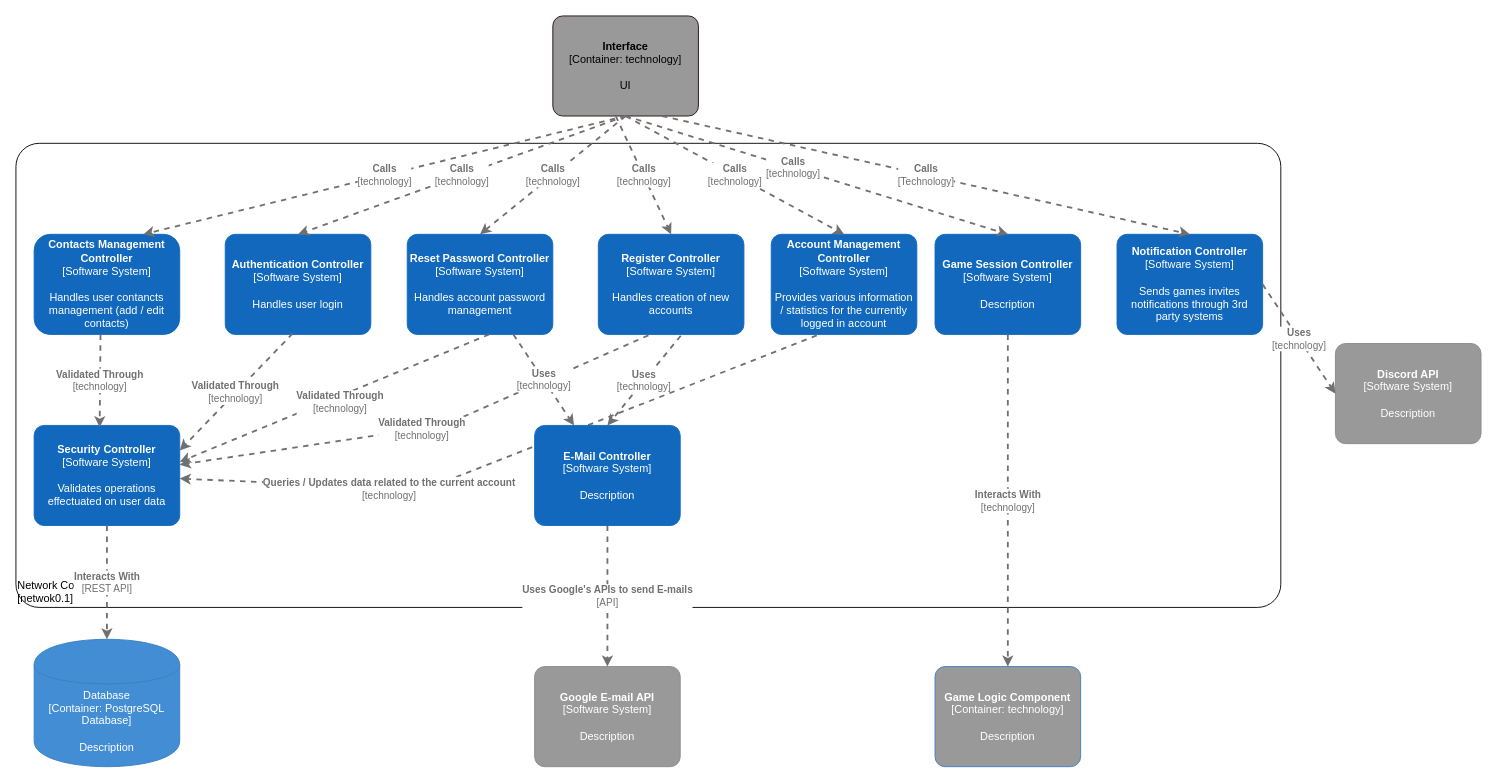
Before: Diagrame-Networking/C4_components.drawio in mar1asm/Catan-ProiectIP, a draw.io diagram. Source tidied: cells renumbered, new cells numbered last; positions are measured from the earlier drawing's top-left corner, leaving out a move shared by most shapes. Both pictures are drawn from the tidied source at 91%, with x=0, y=0 at pixel (15, 15).
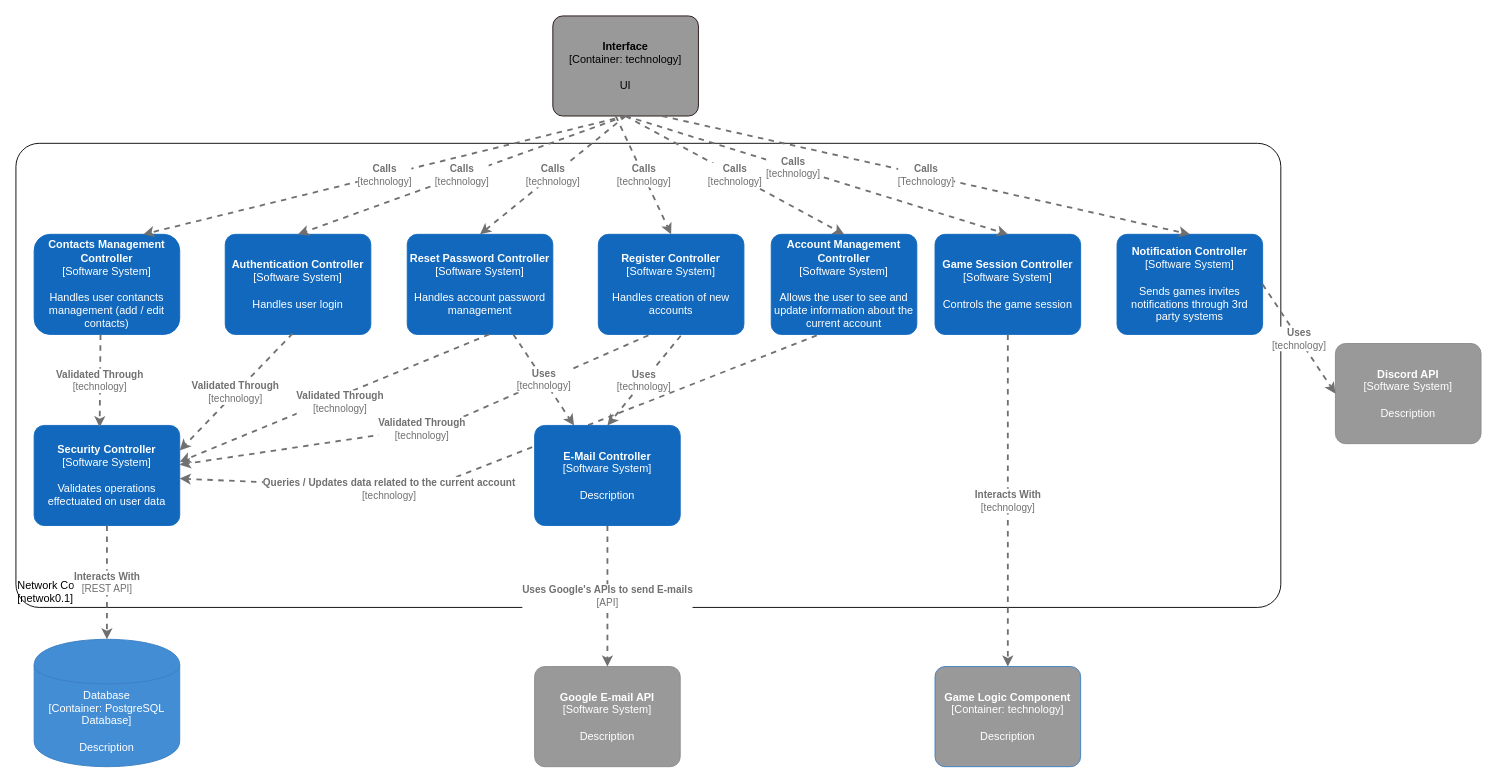
The same diagram, later.

Commit message (it also covers changes not shown here):
updated the components diagram

The edit, as a diff of the source:
```diff
@@
-    <object id="6" label="&lt;b&gt;%c4Name%&lt;/b&gt;&lt;div&gt;[%c4Type%]&lt;/div&gt;&lt;br&gt;&lt;div&gt;%c4Description%&lt;/div&gt;" c4Description="Description" c4Name="Game Session Controller" c4Type="Software System" placeholders="1">
+    <object id="6" label="&lt;b&gt;%c4Name%&lt;/b&gt;&lt;div&gt;[%c4Type%]&lt;/div&gt;&lt;br&gt;&lt;div&gt;%c4Description%&lt;/div&gt;" c4Description="Controls the game session" c4Name="Game Session Controller" c4Type="Software System" placeholders="1">
       <mxCell style="rounded=1;whiteSpace=wrap;html=1;labelBackgroundColor=none;fillColor=#1168BD;fontColor=#ffffff;align=center;arcSize=10;strokeColor=#1168BD;metaData={&quot;c4Type&quot;:{&quot;editable&quot;:false}};points=[[0.25,0,0],[0.5,0,0],[0.75,0,0],[1,0.25,0],[1,0.5,0],[1,0.75,0],[0.75,1,0],[0.5,1,0],[0.25,1,0],[0,0.75,0],[0,0.5,0],[0,0.25,0]];" parent="1" vertex="1">
         <mxGeometry x="1010" y="240" width="160" height="110" as="geometry" />
       </mxCell>
     </object>
@@
-    <object id="25" label="&lt;b&gt;%c4Name%&lt;/b&gt;&lt;div&gt;[%c4Type%]&lt;/div&gt;&lt;br&gt;&lt;div&gt;%c4Description%&lt;/div&gt;" c4Description="Provides various information / statistics for the currently logged in account" c4Name="Account Management Controller" c4Type="Software System" placeholders="1">
+    <object id="25" label="&lt;b&gt;%c4Name%&lt;/b&gt;&lt;div&gt;[%c4Type%]&lt;/div&gt;&lt;br&gt;&lt;div&gt;%c4Description%&lt;/div&gt;" c4Description="Allows the user to see and update information about the current account" c4Name="Account Management Controller" c4Type="Software System" placeholders="1">
       <mxCell style="rounded=1;whiteSpace=wrap;html=1;labelBackgroundColor=none;fillColor=#1168BD;fontColor=#ffffff;align=center;arcSize=10;strokeColor=#1168BD;metaData={&quot;c4Type&quot;:{&quot;editable&quot;:false}};points=[[0.25,0,0],[0.5,0,0],[0.75,0,0],[1,0.25,0],[1,0.5,0],[1,0.75,0],[0.75,1,0],[0.5,1,0],[0.25,1,0],[0,0.75,0],[0,0.5,0],[0,0.25,0]];" parent="1" vertex="1">
         <mxGeometry x="830" y="240" width="160" height="110" as="geometry" />
       </mxCell>
     </object>
```
